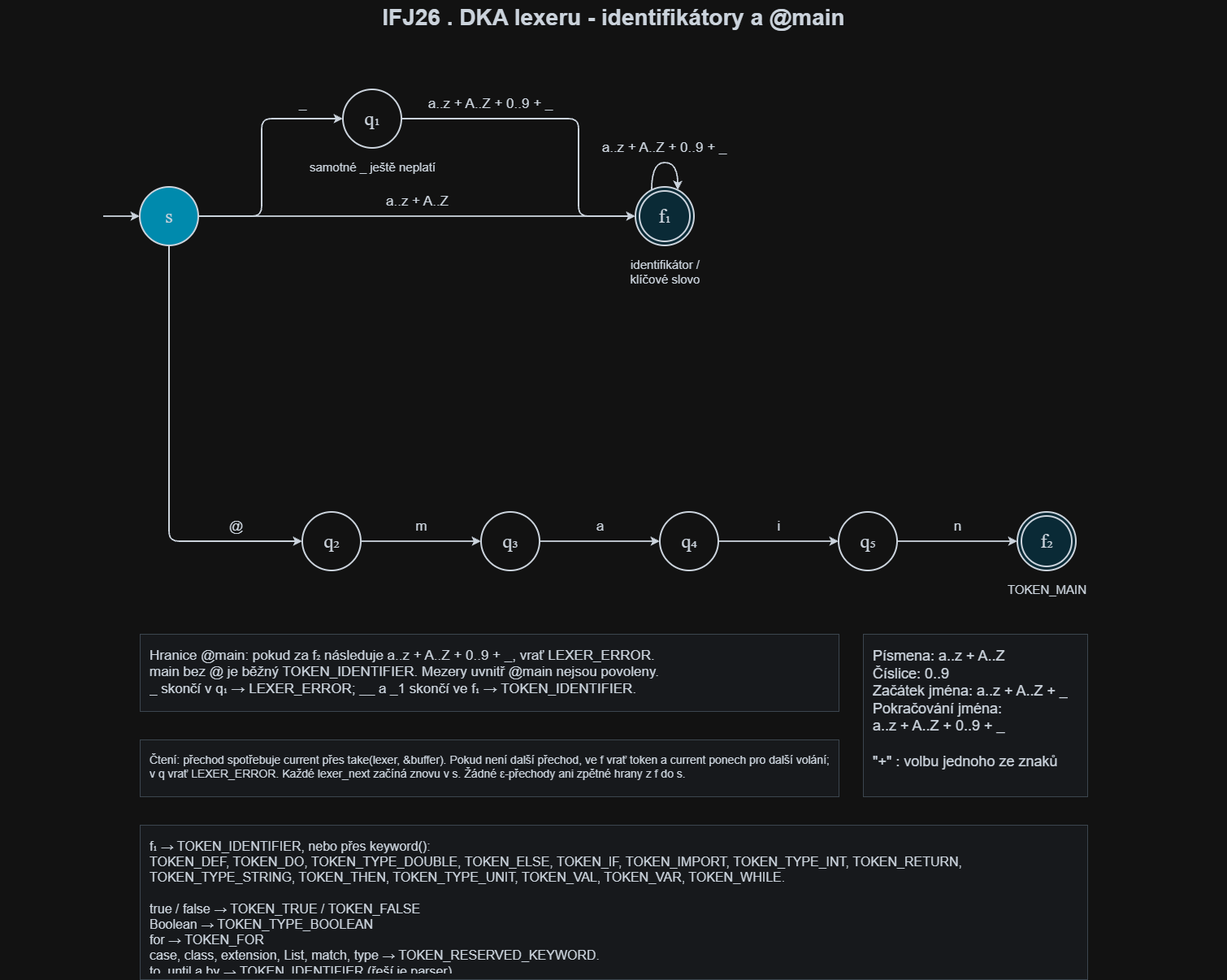
tadeas-z/ifj keeps this draw.io diagram as docs/documentation/lexer/IFJ26_DKA_lexer_1_identifikatory.png. Above is the earlier version. Source tidied: cells renumbered, new cells last; positions are measured from the earlier drawing's top-left corner, leaving out a move shared by most shapes. The source it was exported from:
```xml
<mxGraphModel>
  <root>
    <mxCell id="0" />
    <mxCell id="1" parent="0" />
    <mxCell id="2" value="IFJ26 . DKA lexeru - identifikátory a @main" style="text;html=1;whiteSpace=wrap;align=center;verticalAlign=top;fontFamily=Arial;fontSize=28;fontColor=#17212b;fontStyle=1;overflow=hidden;spacing=0;" parent="1" vertex="1">
      <mxGeometry width="1510" height="45" as="geometry" />
    </mxCell>
    <mxCell id="3" value="s" style="ellipse;whiteSpace=wrap;html=1;fillColor=#00bfe8;strokeColor=#17212b;strokeWidth=2;fontFamily=Times New Roman;fontSize=24;fontColor=#17212b;overflow=hidden;align=center;verticalAlign=middle;spacing=4;" parent="1" vertex="1">
      <mxGeometry x="172" y="230" width="72" height="72" as="geometry" />
    </mxCell>
    <mxCell id="4" style="endArrow=classic;endFill=1;strokeWidth=1.8;strokeColor=#17212b;html=1;rounded=1;arcSize=24;edgeStyle=none;orthogonal=1;curved=0;fontSize=17;align=center;verticalAlign=middle;labelBackgroundColor=none;labelBorderColor=none;whiteSpace=nowrap;spacing=2;labelWidth=65;overflow=visible;" parent="1" edge="1" target="3">
      <mxGeometry relative="1" as="geometry">
        <mxPoint x="127" y="266" as="sourcePoint" />
      </mxGeometry>
    </mxCell>
    <mxCell id="5" value="q₁" style="ellipse;whiteSpace=wrap;html=1;fillColor=#ffffff;strokeColor=#17212b;strokeWidth=2;fontFamily=Times New Roman;fontSize=24;fontColor=#17212b;overflow=hidden;align=center;verticalAlign=middle;spacing=4;" parent="1" vertex="1">
      <mxGeometry x="422" y="110" width="72" height="72" as="geometry" />
    </mxCell>
    <mxCell id="6" value="samotné _ ještě neplatí" style="text;html=1;whiteSpace=nowrap;align=center;verticalAlign=top;fontFamily=Arial;fontSize=15;fontColor=#17212b;overflow=visible;spacing=0;" parent="1" vertex="1">
      <mxGeometry x="353.4" y="192" width="210" height="48" as="geometry" />
    </mxCell>
    <mxCell id="7" value="f₁" style="ellipse;whiteSpace=wrap;html=1;fillColor=#ccf1ff;strokeColor=#17212b;strokeWidth=2;fontFamily=Times New Roman;fontSize=24;fontColor=#17212b;shape=doubleEllipse;overflow=hidden;align=center;verticalAlign=middle;spacing=4;" parent="1" vertex="1">
      <mxGeometry x="782" y="230" width="72" height="72" as="geometry" />
    </mxCell>
    <mxCell id="8" value="identifikátor /&lt;br&gt;klíčové slovo" style="text;html=1;whiteSpace=nowrap;align=center;verticalAlign=top;fontFamily=Arial;fontSize=15;fontColor=#17212b;overflow=visible;spacing=0;" parent="1" vertex="1">
      <mxGeometry x="722" y="312" width="192" height="48" as="geometry" />
    </mxCell>
    <mxCell id="9" value="_" style="endArrow=classic;endFill=1;html=1;rounded=1;strokeWidth=1.8;strokeColor=#17212b;fontColor=#17212b;fontFamily=Arial;fontSize=17;labelBackgroundColor=none;arcSize=24;edgeStyle=none;orthogonal=1;curved=0;align=center;verticalAlign=middle;labelBorderColor=none;whiteSpace=nowrap;spacing=2;labelWidth=65;overflow=visible;exitX=1;exitY=0.5;entryX=0;entryY=0.5;exitPerimeter=1;entryPerimeter=1;" parent="1" edge="1" source="3" target="5">
      <mxGeometry x="0.66" relative="1" as="geometry">
        <Array as="points">
          <mxPoint x="322" y="266" />
          <mxPoint x="322" y="146" />
        </Array>
        <mxPoint y="-18" as="offset" />
      </mxGeometry>
    </mxCell>
    <mxCell id="10" value="a..z + A..Z" style="endArrow=classic;endFill=1;html=1;rounded=1;strokeWidth=1.8;strokeColor=#17212b;fontColor=#17212b;fontFamily=Arial;fontSize=17;labelBackgroundColor=none;arcSize=24;edgeStyle=none;orthogonal=1;curved=0;align=center;verticalAlign=middle;labelBorderColor=none;whiteSpace=nowrap;spacing=2;labelWidth=116.80000000000001;overflow=visible;exitX=1;exitY=0.5;entryX=0;entryY=0.5;exitPerimeter=1;entryPerimeter=1;" parent="1" edge="1" source="3" target="7">
      <mxGeometry relative="1" as="geometry">
        <mxPoint y="-18" as="offset" />
      </mxGeometry>
    </mxCell>
    <mxCell id="11" value="a..z + A..Z + 0..9 + _" style="endArrow=classic;endFill=1;html=1;rounded=1;strokeWidth=1.8;strokeColor=#17212b;fontColor=#17212b;fontFamily=Arial;fontSize=17;labelBackgroundColor=none;arcSize=24;edgeStyle=none;orthogonal=1;curved=0;align=center;verticalAlign=middle;labelBorderColor=none;whiteSpace=nowrap;spacing=2;labelWidth=213.60000000000002;overflow=visible;exitX=1;exitY=0.5;entryX=0;entryY=0.5;exitPerimeter=1;entryPerimeter=1;" parent="1" edge="1" source="5" target="7">
      <mxGeometry x="-0.47" relative="1" as="geometry">
        <Array as="points">
          <mxPoint x="712" y="146" />
          <mxPoint x="712" y="266" />
        </Array>
        <mxPoint y="-18" as="offset" />
      </mxGeometry>
    </mxCell>
    <mxCell id="12" value="a..z + A..Z + 0..9 + _" style="endArrow=classic;endFill=1;html=1;rounded=1;strokeWidth=1.8;strokeColor=#17212b;fontColor=#17212b;fontFamily=Arial;fontSize=17;labelBackgroundColor=none;exitX=0.25;exitY=0;entryX=0.75;entryY=0;arcSize=24;edgeStyle=orthogonalEdgeStyle;orthogonal=0;curved=1;align=center;verticalAlign=middle;labelBorderColor=none;whiteSpace=nowrap;spacing=2;labelWidth=213.60000000000002;overflow=visible;exitPerimeter=1;entryPerimeter=1;innerLoopWaypoints=1;" parent="1" edge="1" source="7" target="7">
      <mxGeometry x="-0.01" y="-1.52" relative="1" as="geometry">
        <Array as="points">
          <mxPoint x="801.9" y="200" />
          <mxPoint x="834.1" y="200" />
        </Array>
        <mxPoint y="-20" as="offset" />
      </mxGeometry>
    </mxCell>
    <mxCell id="13" value="Písmena: a..z + A..Z&lt;br&gt;Číslice: 0..9&lt;br&gt;Začátek jména: a..z + A..Z + _&lt;br&gt;Pokračování jména:&lt;br&gt;a..z + A..Z + 0..9 + _&lt;br&gt;&lt;br&gt;&quot;+&quot; : volbu jednoho ze znaků" style="text;html=1;whiteSpace=wrap;align=left;verticalAlign=top;fontFamily=Arial;fontSize=18;fontColor=#17212b;fillColor=#f4f7fa;strokeColor=#bac6d0;spacing=12;overflow=hidden;" parent="1" vertex="1">
      <mxGeometry x="1062" y="780" width="276" height="200" as="geometry" />
    </mxCell>
    <mxCell id="14" value="f₁ → TOKEN_IDENTIFIER, nebo přes keyword():&lt;br&gt;TOKEN_DEF, TOKEN_DO, TOKEN_TYPE_DOUBLE, TOKEN_ELSE, TOKEN_IF, TOKEN_IMPORT, TOKEN_TYPE_INT, TOKEN_RETURN, TOKEN_TYPE_STRING, TOKEN_THEN, TOKEN_TYPE_UNIT, TOKEN_VAL, TOKEN_VAR, TOKEN_WHILE.&lt;br&gt;&lt;br&gt;true / false → TOKEN_TRUE / TOKEN_FALSE&lt;br&gt;Boolean → TOKEN_TYPE_BOOLEAN&lt;br&gt;for → TOKEN_FOR&lt;br&gt;case, class, extension, List, match, type → TOKEN_RESERVED_KEYWORD.&lt;br&gt;to, until a by → TOKEN_IDENTIFIER (řeší je parser)." style="text;html=1;whiteSpace=wrap;align=left;verticalAlign=top;fontFamily=Arial;fontSize=16;fontColor=#17212b;fillColor=#f4f7fa;strokeColor=#bac6d0;spacing=12;overflow=hidden;" parent="1" vertex="1">
      <mxGeometry x="172" y="1015" width="1166" height="190" as="geometry" />
    </mxCell>
    <mxCell id="15" value="q₂" style="ellipse;whiteSpace=wrap;html=1;fillColor=#ffffff;strokeColor=#17212b;strokeWidth=2;fontFamily=Times New Roman;fontSize=24;fontColor=#17212b;overflow=hidden;align=center;verticalAlign=middle;spacing=4;" parent="1" vertex="1">
      <mxGeometry x="372" y="630" width="72" height="72" as="geometry" />
    </mxCell>
    <mxCell id="16" value="q₃" style="ellipse;whiteSpace=wrap;html=1;fillColor=#ffffff;strokeColor=#17212b;strokeWidth=2;fontFamily=Times New Roman;fontSize=24;fontColor=#17212b;overflow=hidden;align=center;verticalAlign=middle;spacing=4;" parent="1" vertex="1">
      <mxGeometry x="592" y="630" width="72" height="72" as="geometry" />
    </mxCell>
    <mxCell id="17" value="q₄" style="ellipse;whiteSpace=wrap;html=1;fillColor=#ffffff;strokeColor=#17212b;strokeWidth=2;fontFamily=Times New Roman;fontSize=24;fontColor=#17212b;overflow=hidden;align=center;verticalAlign=middle;spacing=4;" parent="1" vertex="1">
      <mxGeometry x="812" y="630" width="72" height="72" as="geometry" />
    </mxCell>
    <mxCell id="18" value="q₅" style="ellipse;whiteSpace=wrap;html=1;fillColor=#ffffff;strokeColor=#17212b;strokeWidth=2;fontFamily=Times New Roman;fontSize=24;fontColor=#17212b;overflow=hidden;align=center;verticalAlign=middle;spacing=4;" parent="1" vertex="1">
      <mxGeometry x="1032" y="630" width="72" height="72" as="geometry" />
    </mxCell>
    <mxCell id="19" value="f₂" style="ellipse;whiteSpace=wrap;html=1;fillColor=#ccf1ff;strokeColor=#17212b;strokeWidth=2;fontFamily=Times New Roman;fontSize=24;fontColor=#17212b;shape=doubleEllipse;overflow=hidden;align=center;verticalAlign=middle;spacing=4;" parent="1" vertex="1">
      <mxGeometry x="1252" y="630" width="72" height="72" as="geometry" />
    </mxCell>
    <mxCell id="20" value="TOKEN_MAIN" style="text;html=1;whiteSpace=nowrap;align=center;verticalAlign=top;fontFamily=Arial;fontSize=15;fontColor=#17212b;overflow=visible;spacing=0;" parent="1" vertex="1">
      <mxGeometry x="1192" y="712" width="192" height="48" as="geometry" />
    </mxCell>
    <mxCell id="21" value="@" style="endArrow=classic;endFill=1;html=1;rounded=1;strokeWidth=1.8;strokeColor=#17212b;fontColor=#17212b;fontFamily=Arial;fontSize=17;labelBackgroundColor=none;arcSize=24;edgeStyle=none;orthogonal=1;curved=0;align=center;verticalAlign=middle;labelBorderColor=none;whiteSpace=nowrap;spacing=2;labelWidth=65;overflow=visible;exitX=0.5;exitY=1;entryX=0;entryY=0.5;exitPerimeter=1;entryPerimeter=1;" parent="1" edge="1" source="3" target="15">
      <mxGeometry x="0.69" relative="1" as="geometry">
        <Array as="points">
          <mxPoint x="208" y="666" />
        </Array>
        <mxPoint y="-18" as="offset" />
      </mxGeometry>
    </mxCell>
    <mxCell id="22" value="m" style="endArrow=classic;endFill=1;html=1;rounded=1;strokeWidth=1.8;strokeColor=#17212b;fontColor=#17212b;fontFamily=Arial;fontSize=17;labelBackgroundColor=none;arcSize=24;edgeStyle=none;orthogonal=1;curved=0;align=center;verticalAlign=middle;labelBorderColor=none;whiteSpace=nowrap;spacing=2;labelWidth=65;overflow=visible;exitX=1;exitY=0.5;entryX=0;entryY=0.5;exitPerimeter=1;entryPerimeter=1;" parent="1" edge="1" source="15" target="16">
      <mxGeometry relative="1" as="geometry">
        <mxPoint y="-18" as="offset" />
      </mxGeometry>
    </mxCell>
    <mxCell id="23" value="a" style="endArrow=classic;endFill=1;html=1;rounded=1;strokeWidth=1.8;strokeColor=#17212b;fontColor=#17212b;fontFamily=Arial;fontSize=17;labelBackgroundColor=none;arcSize=24;edgeStyle=none;orthogonal=1;curved=0;align=center;verticalAlign=middle;labelBorderColor=none;whiteSpace=nowrap;spacing=2;labelWidth=65;overflow=visible;exitX=1;exitY=0.5;entryX=0;entryY=0.5;exitPerimeter=1;entryPerimeter=1;" parent="1" edge="1" source="16" target="17">
      <mxGeometry relative="1" as="geometry">
        <mxPoint y="-18" as="offset" />
      </mxGeometry>
    </mxCell>
    <mxCell id="24" value="i" style="endArrow=classic;endFill=1;html=1;rounded=1;strokeWidth=1.8;strokeColor=#17212b;fontColor=#17212b;fontFamily=Arial;fontSize=17;labelBackgroundColor=none;arcSize=24;edgeStyle=none;orthogonal=1;curved=0;align=center;verticalAlign=middle;labelBorderColor=none;whiteSpace=nowrap;spacing=2;labelWidth=65;overflow=visible;exitX=1;exitY=0.5;entryX=0;entryY=0.5;exitPerimeter=1;entryPerimeter=1;" parent="1" edge="1" source="17" target="18">
      <mxGeometry relative="1" as="geometry">
        <mxPoint y="-18" as="offset" />
      </mxGeometry>
    </mxCell>
    <mxCell id="25" value="n" style="endArrow=classic;endFill=1;html=1;rounded=1;strokeWidth=1.8;strokeColor=#17212b;fontColor=#17212b;fontFamily=Arial;fontSize=17;labelBackgroundColor=none;arcSize=24;edgeStyle=none;orthogonal=1;curved=0;align=center;verticalAlign=middle;labelBorderColor=none;whiteSpace=nowrap;spacing=2;labelWidth=65;overflow=visible;exitX=1;exitY=0.5;entryX=0;entryY=0.5;exitPerimeter=1;entryPerimeter=1;" parent="1" edge="1" source="18" target="19">
      <mxGeometry relative="1" as="geometry">
        <mxPoint y="-18" as="offset" />
      </mxGeometry>
    </mxCell>
    <mxCell id="26" value="Hranice @main: pokud za f₂ následuje a..z + A..Z + 0..9 + _, vrať LEXER_ERROR.&lt;br&gt;main bez @ je běžný TOKEN_IDENTIFIER. Mezery uvnitř @main nejsou povoleny.&lt;br&gt;_ skončí v q₁ → LEXER_ERROR; __ a _1 skončí ve f₁ → TOKEN_IDENTIFIER." style="text;html=1;whiteSpace=wrap;align=left;verticalAlign=top;fontFamily=Arial;fontSize=17;fontColor=#17212b;fillColor=#f4f7fa;strokeColor=#bac6d0;spacing=12;overflow=hidden;" parent="1" vertex="1">
      <mxGeometry x="172" y="780" width="860" height="95" as="geometry" />
    </mxCell>
    <mxCell id="27" value="Čtení: přechod spotřebuje current přes take(lexer, &amp;amp;buffer). Pokud není další přechod, ve f vrať token a current ponech pro další volání; v q vrať LEXER_ERROR. Každé lexer_next začíná znovu v s. Žádné ε-přechody ani zpětné hrany z f do s." style="text;html=1;whiteSpace=wrap;align=left;verticalAlign=top;fontFamily=Arial;fontSize=14;fontColor=#17212b;fillColor=#f4f7fa;strokeColor=#bac6d0;spacing=12;overflow=hidden;" parent="1" vertex="1">
      <mxGeometry x="172" y="910" width="860" height="70" as="geometry" />
    </mxCell>
  </root>
</mxGraphModel>
```
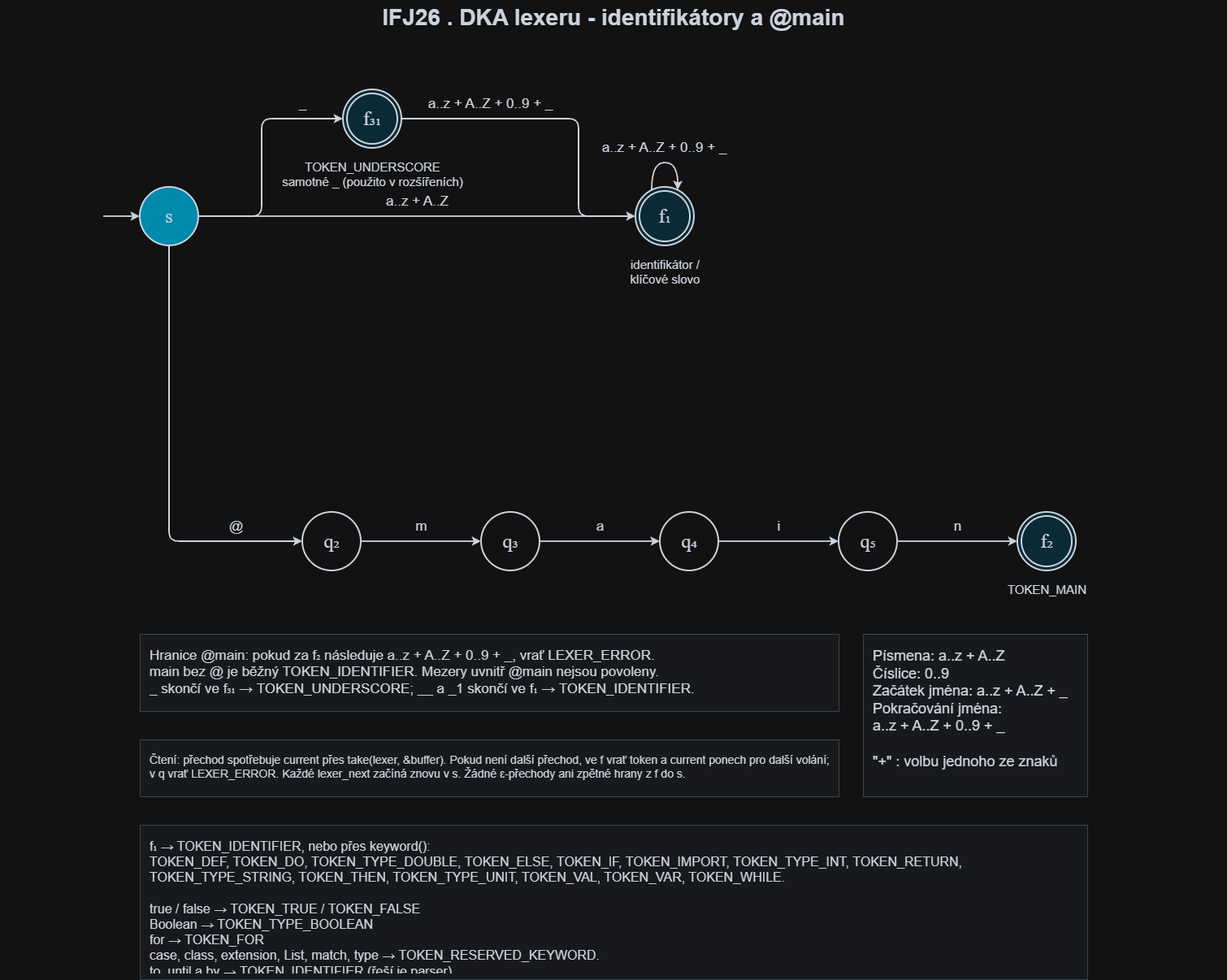
The same file after the commit.

Commit message:
fix(lexer): emit _ | [ ] { } as tokens for syntax error 2

Change to the diagram source:
```diff
@@ -13,11 +13,11 @@
         <mxPoint x="127" y="266" as="sourcePoint" />
       </mxGeometry>
     </mxCell>
-    <mxCell id="5" value="q₁" style="ellipse;whiteSpace=wrap;html=1;fillColor=#ffffff;strokeColor=#17212b;strokeWidth=2;fontFamily=Times New Roman;fontSize=24;fontColor=#17212b;overflow=hidden;align=center;verticalAlign=middle;spacing=4;" parent="1" vertex="1">
-      <mxGeometry x="422" y="110" width="72" height="72" as="geometry" />
-    </mxCell>
+    <mxCell id="28" value="f₃₁" style="ellipse;whiteSpace=wrap;html=1;fillColor=#ccf1ff;strokeColor=#17212b;strokeWidth=2;fontFamily=Times New Roman;fontSize=24;fontColor=#17212b;shape=doubleEllipse;overflow=hidden;align=center;verticalAlign=middle;spacing=4;" parent="1" vertex="1">
+      <mxGeometry x="422" y="110" width="72" height="72" as="geometry" />
+    </mxCell>
-    <mxCell id="6" value="samotné _ ještě neplatí" style="text;html=1;whiteSpace=nowrap;align=center;verticalAlign=top;fontFamily=Arial;fontSize=15;fontColor=#17212b;overflow=visible;spacing=0;" parent="1" vertex="1">
-      <mxGeometry x="353.4" y="192" width="210" height="48" as="geometry" />
+    <mxCell id="6" value="TOKEN_UNDERSCORE&lt;br&gt;samotné _ (použito v rozšířeních)" style="text;html=1;whiteSpace=nowrap;align=center;verticalAlign=top;fontFamily=Arial;fontSize=15;fontColor=#17212b;overflow=visible;spacing=0;" parent="1" vertex="1">
+      <mxGeometry x="338.4" y="192" width="240" height="50" as="geometry" />
     </mxCell>
     <mxCell id="7" value="f₁" style="ellipse;whiteSpace=wrap;html=1;fillColor=#ccf1ff;strokeColor=#17212b;strokeWidth=2;fontFamily=Times New Roman;fontSize=24;fontColor=#17212b;shape=doubleEllipse;overflow=hidden;align=center;verticalAlign=middle;spacing=4;" parent="1" vertex="1">
       <mxGeometry x="782" y="230" width="72" height="72" as="geometry" />
@@ -25,7 +25,7 @@
     <mxCell id="8" value="identifikátor /&lt;br&gt;klíčové slovo" style="text;html=1;whiteSpace=nowrap;align=center;verticalAlign=top;fontFamily=Arial;fontSize=15;fontColor=#17212b;overflow=visible;spacing=0;" parent="1" vertex="1">
       <mxGeometry x="722" y="312" width="192" height="48" as="geometry" />
     </mxCell>
-    <mxCell id="9" value="_" style="endArrow=classic;endFill=1;html=1;rounded=1;strokeWidth=1.8;strokeColor=#17212b;fontColor=#17212b;fontFamily=Arial;fontSize=17;labelBackgroundColor=none;arcSize=24;edgeStyle=none;orthogonal=1;curved=0;align=center;verticalAlign=middle;labelBorderColor=none;whiteSpace=nowrap;spacing=2;labelWidth=65;overflow=visible;exitX=1;exitY=0.5;entryX=0;entryY=0.5;exitPerimeter=1;entryPerimeter=1;" parent="1" edge="1" source="3" target="5">
+    <mxCell id="9" value="_" style="endArrow=classic;endFill=1;html=1;rounded=1;strokeWidth=1.8;strokeColor=#17212b;fontColor=#17212b;fontFamily=Arial;fontSize=17;labelBackgroundColor=none;arcSize=24;edgeStyle=none;orthogonal=1;curved=0;align=center;verticalAlign=middle;labelBorderColor=none;whiteSpace=nowrap;spacing=2;labelWidth=65;overflow=visible;exitX=1;exitY=0.5;entryX=0;entryY=0.5;exitPerimeter=1;entryPerimeter=1;" parent="1" edge="1" source="3" target="28">
       <mxGeometry x="0.66" relative="1" as="geometry">
         <Array as="points">
           <mxPoint x="322" y="266" />
@@ -39,7 +39,7 @@
         <mxPoint y="-18" as="offset" />
       </mxGeometry>
     </mxCell>
-    <mxCell id="11" value="a..z + A..Z + 0..9 + _" style="endArrow=classic;endFill=1;html=1;rounded=1;strokeWidth=1.8;strokeColor=#17212b;fontColor=#17212b;fontFamily=Arial;fontSize=17;labelBackgroundColor=none;arcSize=24;edgeStyle=none;orthogonal=1;curved=0;align=center;verticalAlign=middle;labelBorderColor=none;whiteSpace=nowrap;spacing=2;labelWidth=213.60000000000002;overflow=visible;exitX=1;exitY=0.5;entryX=0;entryY=0.5;exitPerimeter=1;entryPerimeter=1;" parent="1" edge="1" source="5" target="7">
+    <mxCell id="11" value="a..z + A..Z + 0..9 + _" style="endArrow=classic;endFill=1;html=1;rounded=1;strokeWidth=1.8;strokeColor=#17212b;fontColor=#17212b;fontFamily=Arial;fontSize=17;labelBackgroundColor=none;arcSize=24;edgeStyle=none;orthogonal=1;curved=0;align=center;verticalAlign=middle;labelBorderColor=none;whiteSpace=nowrap;spacing=2;labelWidth=213.60000000000002;overflow=visible;exitX=1;exitY=0.5;entryX=0;entryY=0.5;exitPerimeter=1;entryPerimeter=1;" parent="1" edge="1" source="28" target="7">
       <mxGeometry x="-0.47" relative="1" as="geometry">
         <Array as="points">
           <mxPoint x="712" y="146" />
@@ -109,7 +109,7 @@
         <mxPoint y="-18" as="offset" />
       </mxGeometry>
     </mxCell>
-    <mxCell id="26" value="Hranice @main: pokud za f₂ následuje a..z + A..Z + 0..9 + _, vrať LEXER_ERROR.&lt;br&gt;main bez @ je běžný TOKEN_IDENTIFIER. Mezery uvnitř @main nejsou povoleny.&lt;br&gt;_ skončí v q₁ → LEXER_ERROR; __ a _1 skončí ve f₁ → TOKEN_IDENTIFIER." style="text;html=1;whiteSpace=wrap;align=left;verticalAlign=top;fontFamily=Arial;fontSize=17;fontColor=#17212b;fillColor=#f4f7fa;strokeColor=#bac6d0;spacing=12;overflow=hidden;" parent="1" vertex="1">
+    <mxCell id="26" value="Hranice @main: pokud za f₂ následuje a..z + A..Z + 0..9 + _, vrať LEXER_ERROR.&lt;br&gt;main bez @ je běžný TOKEN_IDENTIFIER. Mezery uvnitř @main nejsou povoleny.&lt;br&gt;_ skončí ve f₃₁ → TOKEN_UNDERSCORE; __ a _1 skončí ve f₁ → TOKEN_IDENTIFIER." style="text;html=1;whiteSpace=wrap;align=left;verticalAlign=top;fontFamily=Arial;fontSize=17;fontColor=#17212b;fillColor=#f4f7fa;strokeColor=#bac6d0;spacing=12;overflow=hidden;" parent="1" vertex="1">
       <mxGeometry x="172" y="780" width="860" height="95" as="geometry" />
     </mxCell>
     <mxCell id="27" value="Čtení: přechod spotřebuje current přes take(lexer, &amp;amp;buffer). Pokud není další přechod, ve f vrať token a current ponech pro další volání; v q vrať LEXER_ERROR. Každé lexer_next začíná znovu v s. Žádné ε-přechody ani zpětné hrany z f do s." style="text;html=1;whiteSpace=wrap;align=left;verticalAlign=top;fontFamily=Arial;fontSize=14;fontColor=#17212b;fillColor=#f4f7fa;strokeColor=#bac6d0;spacing=12;overflow=hidden;" parent="1" vertex="1">
```
